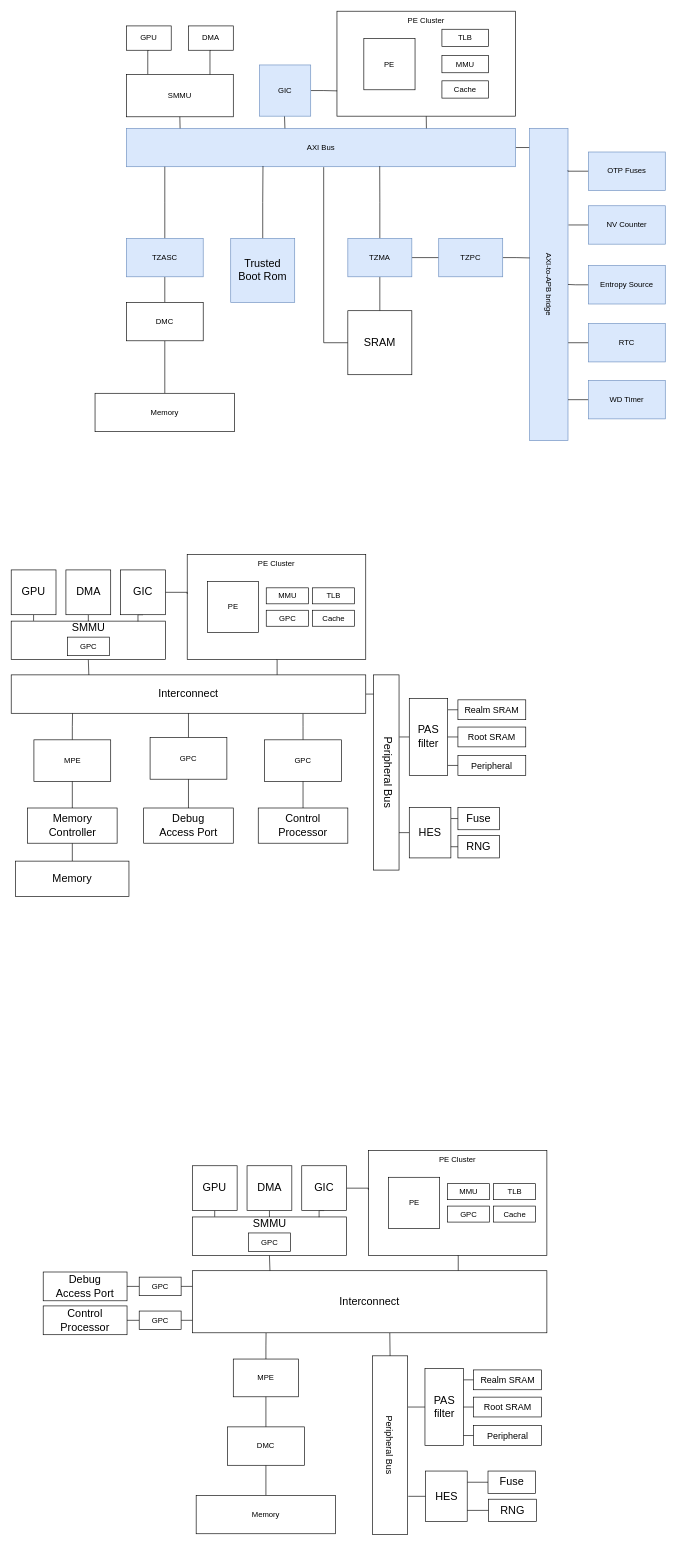
Before: p3.drawio in EdisonE3/vue_learn, a draw.io diagram. Source tidied: cells renumbered, new cells numbered last; positions are measured from the earlier drawing's top-left corner, leaving out a move shared by most shapes. Both pictures are drawn from the tidied source at 64%, with x=0, y=0 at pixel (11, 11).
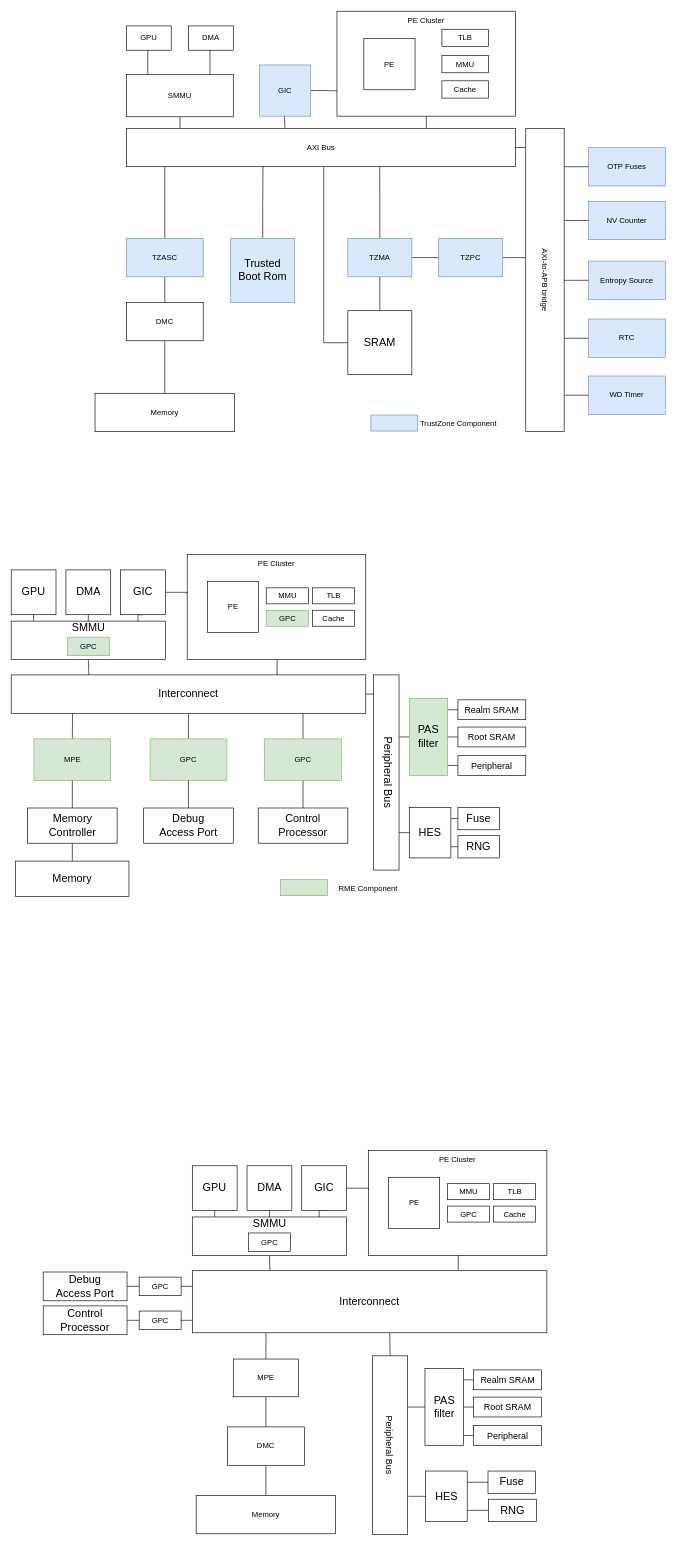
The same page after the edit.

Unchanged cells that the change refers to:
```xml
<mxCell id="45" value="TZPC" style="rounded=0;whiteSpace=wrap;html=1;fillColor=#dae8fc;strokeColor=#6c8ebf;" parent="1" vertex="1">
  <mxGeometry x="668" y="355" width="100" height="60" as="geometry" />
</mxCell>
```

Diff of the diagram source:
```diff
@@
-    <mxCell id="2" style="edgeStyle=orthogonalEdgeStyle;rounded=0;jettySize=auto;html=1;exitX=1;exitY=0.5;exitDx=0;exitDy=0;entryX=0.063;entryY=1;entryDx=0;entryDy=0;entryPerimeter=0;endArrow=none;endFill=0;" parent="1" edge="1" source="3" target="22">
+    <mxCell id="2" style="edgeStyle=orthogonalEdgeStyle;rounded=0;jettySize=auto;html=1;exitX=1;exitY=0.5;exitDx=0;exitDy=0;entryX=0.063;entryY=0.998;entryDx=0;entryDy=0;entryPerimeter=0;endArrow=none;endFill=0;" parent="1" edge="1" source="3" target="22">
       <mxGeometry relative="1" as="geometry" />
     </mxCell>
-    <mxCell id="3" value="AXI Bus" style="rounded=0;whiteSpace=wrap;html=1;fillColor=#dae8fc;strokeColor=#6c8ebf;" parent="1" vertex="1">
+    <mxCell id="3" value="AXI Bus" style="rounded=0;whiteSpace=wrap;html=1;" parent="1" vertex="1">
       <mxGeometry x="180" y="183" width="608" height="60" as="geometry" />
     </mxCell>
@@
     <mxCell id="21" style="group;" parent="1" vertex="1">
-      <mxGeometry x="810" y="183" width="60" height="488" as="geometry" />
+      <mxGeometry x="804" y="183" width="60" height="474" as="geometry" />
     </mxCell>
-    <mxCell id="22" style="rounded=0;whiteSpace=wrap;html=1;fillColor=#dae8fc;strokeColor=#6c8ebf;direction=south;" parent="21" vertex="1">
-      <mxGeometry width="60" height="488" as="geometry" />
+    <mxCell id="22" style="rounded=0;whiteSpace=wrap;html=1;direction=south;" parent="21" vertex="1">
+      <mxGeometry width="60" height="474" as="geometry" />
     </mxCell>
     <mxCell id="23" value="AXI-to-APB bridge" style="text;html=1;strokeColor=none;fillColor=none;align=center;verticalAlign=middle;whiteSpace=wrap;rounded=0;rotation=90;" parent="21" vertex="1">
-      <mxGeometry x="-92" y="232" width="244" height="24.1" as="geometry" />
+      <mxGeometry x="-92" y="225.3" width="244" height="23.4" as="geometry" />
     </mxCell>
@@
-    <mxCell id="30" style="edgeStyle=orthogonalEdgeStyle;rounded=0;jettySize=auto;html=1;exitX=0;exitY=0.5;exitDx=0;exitDy=0;entryX=0.135;entryY=0.004;entryDx=0;entryDy=0;entryPerimeter=0;fontSize=17;endArrow=none;endFill=0;" parent="1" edge="1" source="31" target="22">
-      <mxGeometry relative="1" as="geometry" />
-    </mxCell>
-    <mxCell id="31" value="OTP Fuses" style="rounded=0;whiteSpace=wrap;html=1;fillColor=#dae8fc;strokeColor=#6c8ebf;" parent="1" vertex="1">
-      <mxGeometry x="902" y="220" width="120" height="60" as="geometry" />
-    </mxCell>
-    <mxCell id="32" style="edgeStyle=orthogonalEdgeStyle;rounded=0;jettySize=auto;html=1;exitX=0;exitY=0.5;exitDx=0;exitDy=0;entryX=0.308;entryY=-0.014;entryDx=0;entryDy=0;entryPerimeter=0;fontSize=17;endArrow=none;endFill=0;" parent="1" edge="1" source="33" target="22">
-      <mxGeometry relative="1" as="geometry" />
-    </mxCell>
-    <mxCell id="33" value="NV Counter" style="rounded=0;whiteSpace=wrap;html=1;fillColor=#dae8fc;strokeColor=#6c8ebf;" parent="1" vertex="1">
-      <mxGeometry x="902" y="304" width="120" height="60" as="geometry" />
-    </mxCell>
-    <mxCell id="34" style="edgeStyle=orthogonalEdgeStyle;rounded=0;jettySize=auto;html=1;exitX=0;exitY=0.5;exitDx=0;exitDy=0;fontSize=17;endArrow=none;endFill=0;" parent="1" edge="1" source="35" target="22">
-      <mxGeometry relative="1" as="geometry" />
-    </mxCell>
-    <mxCell id="35" value="Entropy Source" style="rounded=0;whiteSpace=wrap;html=1;fillColor=#dae8fc;strokeColor=#6c8ebf;" parent="1" vertex="1">
-      <mxGeometry x="902" y="397.5" width="120" height="60" as="geometry" />
-    </mxCell>
-    <mxCell id="36" style="edgeStyle=orthogonalEdgeStyle;rounded=0;jettySize=auto;html=1;exitX=0;exitY=0.5;exitDx=0;exitDy=0;entryX=0.686;entryY=-0.005;entryDx=0;entryDy=0;entryPerimeter=0;fontSize=17;endArrow=none;endFill=0;" parent="1" edge="1" source="37" target="22">
-      <mxGeometry relative="1" as="geometry" />
-    </mxCell>
-    <mxCell id="37" value="RTC" style="rounded=0;whiteSpace=wrap;html=1;fillColor=#dae8fc;strokeColor=#6c8ebf;" parent="1" vertex="1">
-      <mxGeometry x="902" y="488" width="120" height="60" as="geometry" />
-    </mxCell>
-    <mxCell id="38" style="edgeStyle=orthogonalEdgeStyle;rounded=0;jettySize=auto;html=1;exitX=0;exitY=0.5;exitDx=0;exitDy=0;entryX=0.867;entryY=-0.002;entryDx=0;entryDy=0;entryPerimeter=0;fontSize=17;endArrow=none;endFill=0;" parent="1" edge="1" source="39" target="22">
-      <mxGeometry relative="1" as="geometry" />
-    </mxCell>
-    <mxCell id="39" value="WD Timer" style="rounded=0;whiteSpace=wrap;html=1;fillColor=#dae8fc;strokeColor=#6c8ebf;" parent="1" vertex="1">
-      <mxGeometry x="902" y="577" width="120" height="60" as="geometry" />
-    </mxCell>
@@
-    <mxCell id="44" style="edgeStyle=orthogonalEdgeStyle;rounded=0;jettySize=auto;html=1;exitX=1;exitY=0.5;exitDx=0;exitDy=0;entryX=0.415;entryY=0.997;entryDx=0;entryDy=0;entryPerimeter=0;fontSize=17;endArrow=none;endFill=0;" parent="1" edge="1" source="45" target="22">
+    <mxCell id="44" style="edgeStyle=orthogonalEdgeStyle;rounded=0;jettySize=auto;html=1;exitX=1;exitY=0.5;exitDx=0;exitDy=0;entryX=0.426;entryY=1.002;entryDx=0;entryDy=0;entryPerimeter=0;endArrow=none;endFill=0;" parent="1" edge="1" source="45" target="22">
       <mxGeometry relative="1" as="geometry" />
     </mxCell>
@@
-    <mxCell id="58" value="GPC" style="rounded=0;whiteSpace=wrap;html=1;" parent="1" vertex="1">
+    <mxCell id="58" value="GPC" style="rounded=0;whiteSpace=wrap;html=1;fillColor=#d5e8d4;strokeColor=#82b366;" parent="1" vertex="1">
       <mxGeometry x="398.5" y="936" width="66" height="25" as="geometry" />
     </mxCell>
@@
-    <mxCell id="60" value="GPC" style="rounded=0;whiteSpace=wrap;html=1;" parent="1" vertex="1">
+    <mxCell id="60" value="GPC" style="rounded=0;whiteSpace=wrap;html=1;fillColor=#d5e8d4;strokeColor=#82b366;" parent="1" vertex="1">
       <mxGeometry x="87.8" y="978" width="65.5" height="29" as="geometry" />
     </mxCell>
@@
-    <mxCell id="72" value="MPE" style="rounded=0;whiteSpace=wrap;html=1;" parent="1" vertex="1">
-      <mxGeometry x="35.5" y="1138.5" width="120" height="65" as="geometry" />
+    <mxCell id="72" value="MPE" style="rounded=0;whiteSpace=wrap;html=1;fillColor=#d5e8d4;strokeColor=#82b366;" parent="1" vertex="1">
+      <mxGeometry x="35.5" y="1137" width="120" height="65" as="geometry" />
     </mxCell>
@@
-    <mxCell id="77" value="GPC" style="rounded=0;whiteSpace=wrap;html=1;" parent="1" vertex="1">
-      <mxGeometry x="217" y="1135" width="120" height="65" as="geometry" />
+    <mxCell id="77" value="GPC" style="rounded=0;whiteSpace=wrap;html=1;fillColor=#d5e8d4;strokeColor=#82b366;" parent="1" vertex="1">
+      <mxGeometry x="217" y="1137" width="120" height="65" as="geometry" />
     </mxCell>
@@
-    <mxCell id="79" value="GPC" style="rounded=0;whiteSpace=wrap;html=1;" parent="1" vertex="1">
-      <mxGeometry x="396" y="1138.5" width="120" height="65" as="geometry" />
+    <mxCell id="79" value="GPC" style="rounded=0;whiteSpace=wrap;html=1;fillColor=#d5e8d4;strokeColor=#82b366;" parent="1" vertex="1">
+      <mxGeometry x="396" y="1137" width="120" height="65" as="geometry" />
     </mxCell>
@@
-    <mxCell id="88" value="PAS filter" style="rounded=0;whiteSpace=wrap;html=1;fontSize=17;direction=south;" parent="1" vertex="1">
+    <mxCell id="88" value="PAS filter" style="rounded=0;whiteSpace=wrap;html=1;fontSize=17;direction=south;fillColor=#d5e8d4;strokeColor=#82b366;" parent="1" vertex="1">
       <mxGeometry x="622" y="1074" width="60" height="120" as="geometry" />
     </mxCell>
@@
+    <mxCell id="154" style="rounded=0;whiteSpace=wrap;html=1;fillColor=#dae8fc;strokeColor=#6c8ebf;" parent="1" vertex="1">
+      <mxGeometry x="562" y="631" width="73" height="25" as="geometry" />
+    </mxCell>
+    <mxCell id="155" value="TrustZone Component" style="text;html=1;strokeColor=none;fillColor=none;align=center;verticalAlign=middle;whiteSpace=wrap;rounded=0;" parent="1" vertex="1">
+      <mxGeometry x="635" y="632" width="128" height="25" as="geometry" />
+    </mxCell>
+    <mxCell id="156" style="rounded=0;whiteSpace=wrap;html=1;fillColor=#d5e8d4;strokeColor=#82b366;" parent="1" vertex="1">
+      <mxGeometry x="421" y="1357" width="73" height="25" as="geometry" />
+    </mxCell>
+    <mxCell id="157" value="RME Component" style="text;html=1;strokeColor=none;fillColor=none;align=center;verticalAlign=middle;whiteSpace=wrap;rounded=0;" parent="1" vertex="1">
+      <mxGeometry x="494" y="1358" width="128" height="25" as="geometry" />
+    </mxCell>
+    <mxCell id="158" style="group;" parent="1" vertex="1">
+      <mxGeometry x="902" y="213" width="120" height="417" as="geometry" />
+    </mxCell>
+    <mxCell id="31" value="OTP Fuses" style="rounded=0;whiteSpace=wrap;html=1;fillColor=#dae8fc;strokeColor=#6c8ebf;" parent="158" vertex="1">
+      <mxGeometry width="120" height="60" as="geometry" />
+    </mxCell>
+    <mxCell id="33" value="NV Counter" style="rounded=0;whiteSpace=wrap;html=1;fillColor=#dae8fc;strokeColor=#6c8ebf;" parent="158" vertex="1">
+      <mxGeometry y="84" width="120" height="60" as="geometry" />
+    </mxCell>
+    <mxCell id="35" value="Entropy Source" style="rounded=0;whiteSpace=wrap;html=1;fillColor=#dae8fc;strokeColor=#6c8ebf;" parent="158" vertex="1">
+      <mxGeometry y="177.5" width="120" height="60" as="geometry" />
+    </mxCell>
+    <mxCell id="37" value="RTC" style="rounded=0;whiteSpace=wrap;html=1;fillColor=#dae8fc;strokeColor=#6c8ebf;" parent="158" vertex="1">
+      <mxGeometry y="268" width="120" height="60" as="geometry" />
+    </mxCell>
+    <mxCell id="39" value="WD Timer" style="rounded=0;whiteSpace=wrap;html=1;fillColor=#dae8fc;strokeColor=#6c8ebf;" parent="158" vertex="1">
+      <mxGeometry y="357" width="120" height="60" as="geometry" />
+    </mxCell>
+    <mxCell id="34" style="edgeStyle=orthogonalEdgeStyle;rounded=0;jettySize=auto;html=1;exitX=0;exitY=0.5;exitDx=0;exitDy=0;entryX=0.5;entryY=0;entryDx=0;entryDy=0;endArrow=none;endFill=0;" parent="1" edge="1" source="35" target="22">
+      <mxGeometry relative="1" as="geometry" />
+    </mxCell>
+    <mxCell id="36" style="edgeStyle=orthogonalEdgeStyle;rounded=0;jettySize=auto;html=1;exitX=0;exitY=0.5;exitDx=0;exitDy=0;entryX=0.694;entryY=0;entryDx=0;entryDy=0;entryPerimeter=0;endArrow=none;endFill=0;" parent="1" edge="1" source="37" target="22">
+      <mxGeometry relative="1" as="geometry" />
+    </mxCell>
+    <mxCell id="38" style="edgeStyle=orthogonalEdgeStyle;rounded=0;jettySize=auto;html=1;exitX=0;exitY=0.5;exitDx=0;exitDy=0;entryX=0.88;entryY=-0.009;entryDx=0;entryDy=0;entryPerimeter=0;endArrow=none;endFill=0;" parent="1" edge="1" source="39" target="22">
+      <mxGeometry relative="1" as="geometry" />
+    </mxCell>
+    <mxCell id="30" style="edgeStyle=orthogonalEdgeStyle;rounded=0;jettySize=auto;html=1;exitX=0;exitY=0.5;exitDx=0;exitDy=0;entryX=0.128;entryY=-0.004;entryDx=0;entryDy=0;entryPerimeter=0;endArrow=none;endFill=0;" parent="1" edge="1" source="31" target="22">
+      <mxGeometry relative="1" as="geometry" />
+    </mxCell>
+    <mxCell id="32" style="edgeStyle=orthogonalEdgeStyle;rounded=0;jettySize=auto;html=1;exitX=0;exitY=0.5;exitDx=0;exitDy=0;entryX=0.304;entryY=-0.009;entryDx=0;entryDy=0;entryPerimeter=0;endArrow=none;endFill=0;" parent="1" edge="1" source="33" target="22">
+      <mxGeometry relative="1" as="geometry" />
+    </mxCell>
```
